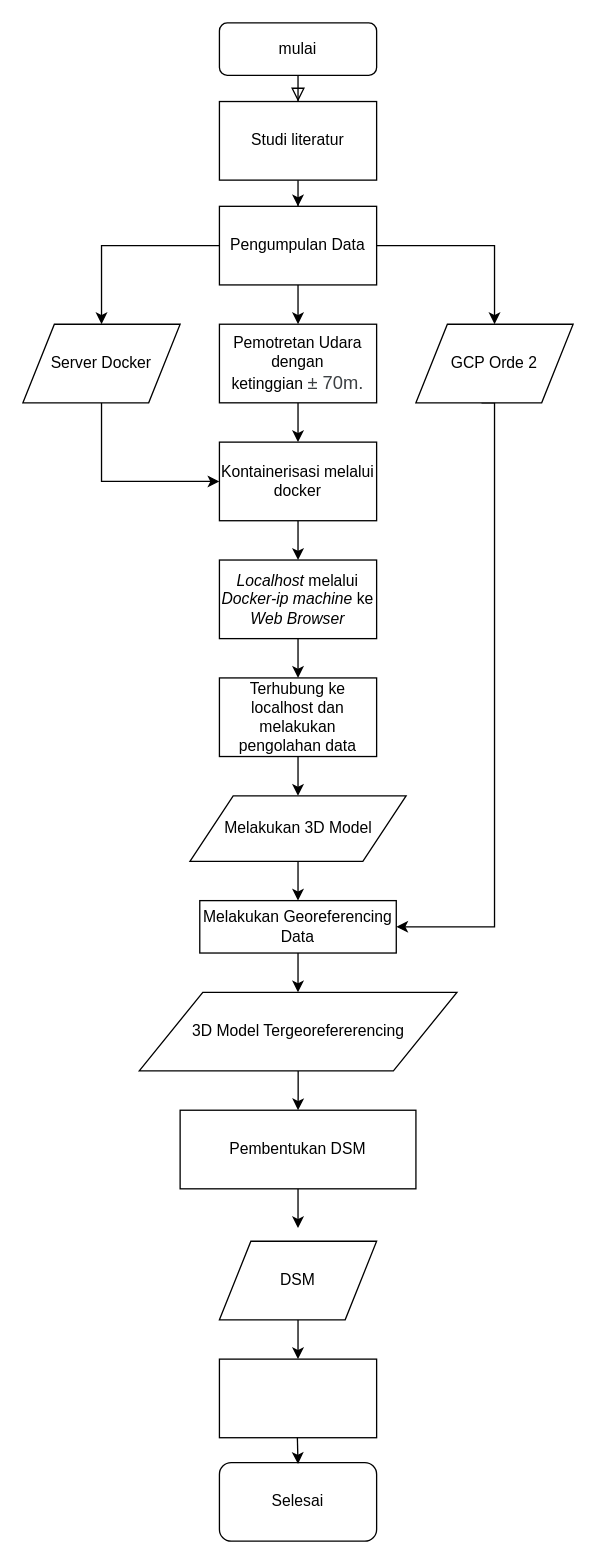
Before: Untitled Diagram.drawio in marshallalkarim/hello-world, a draw.io diagram. Source tidied: cells renumbered, new cells numbered last; positions are measured from the earlier drawing's top-left corner, leaving out a move shared by most shapes. Both pictures are drawn from the tidied source at 131%, with x=0, y=0 at pixel (22, 22).
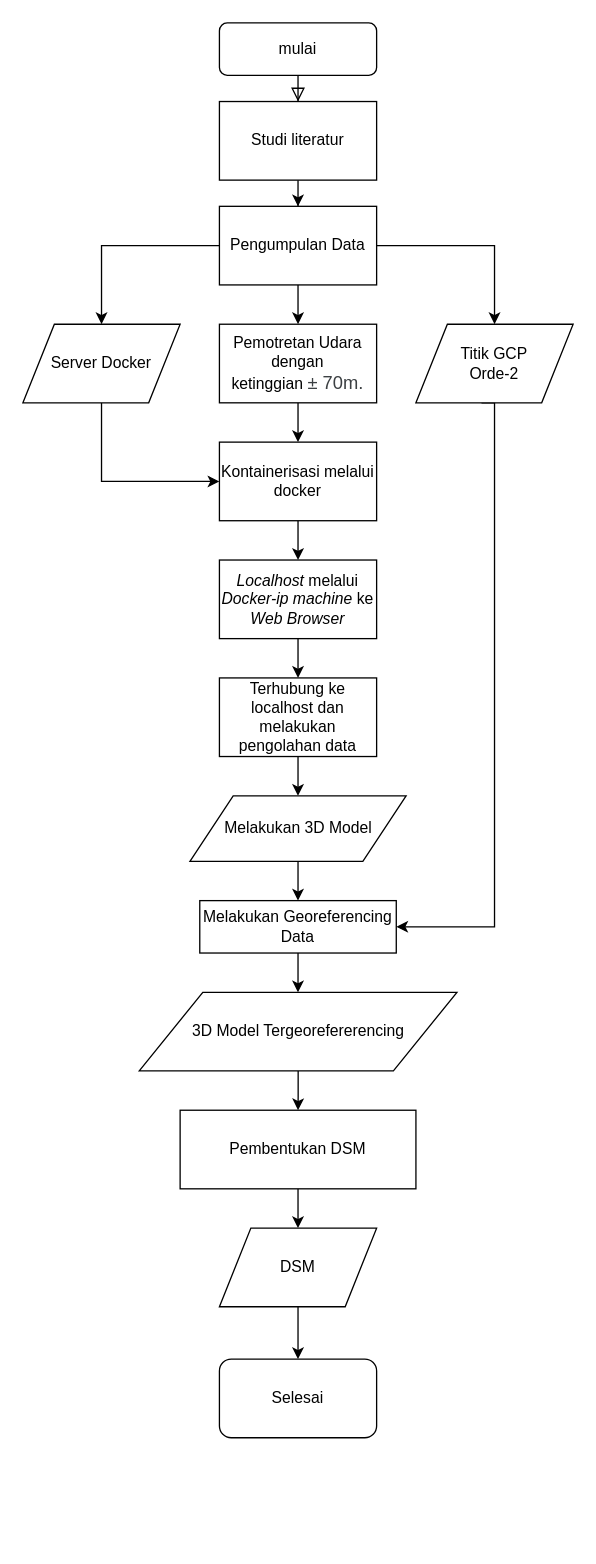
The same diagram, later.

What changed in the source:
```diff
@@
-    <mxCell id="21" value="GCP Orde 2" style="shape=parallelogram;perimeter=parallelogramPerimeter;whiteSpace=wrap;html=1;" parent="1" vertex="1">
+    <mxCell id="21" value="Titik GCP &lt;br&gt;Orde-2" style="shape=parallelogram;perimeter=parallelogramPerimeter;whiteSpace=wrap;html=1;" parent="1" vertex="1">
       <mxGeometry x="300" y="230" width="120" height="60" as="geometry" />
     </mxCell>
@@
     <mxCell id="31" value="DSM" style="shape=parallelogram;perimeter=parallelogramPerimeter;whiteSpace=wrap;html=1;" parent="1" vertex="1">
-      <mxGeometry x="150" y="930" width="120" height="60" as="geometry" />
+      <mxGeometry x="150" y="920" width="120" height="60" as="geometry" />
     </mxCell>
     <mxCell id="32" value="Selesai" style="rounded=1;whiteSpace=wrap;html=1;" parent="1" vertex="1">
-      <mxGeometry x="150" y="1099" width="120" height="60" as="geometry" />
+      <mxGeometry x="150" y="1020" width="120" height="60" as="geometry" />
     </mxCell>
-    <mxCell id="33" style="rounded=0;whiteSpace=wrap;html=1;" parent="1" vertex="1">
-      <mxGeometry x="150" y="1020" width="120" height="60" as="geometry" />
-    </mxCell>
-    <mxCell id="34" style="edgeStyle=orthogonalEdgeStyle;rounded=0;orthogonalLoop=1;jettySize=auto;html=1;" parent="1" edge="1">
-      <mxGeometry relative="1" as="geometry">
-        <mxPoint x="209.5" y="1080" as="sourcePoint" />
-        <mxPoint x="210" y="1100" as="targetPoint" />
-      </mxGeometry>
-    </mxCell>
```
